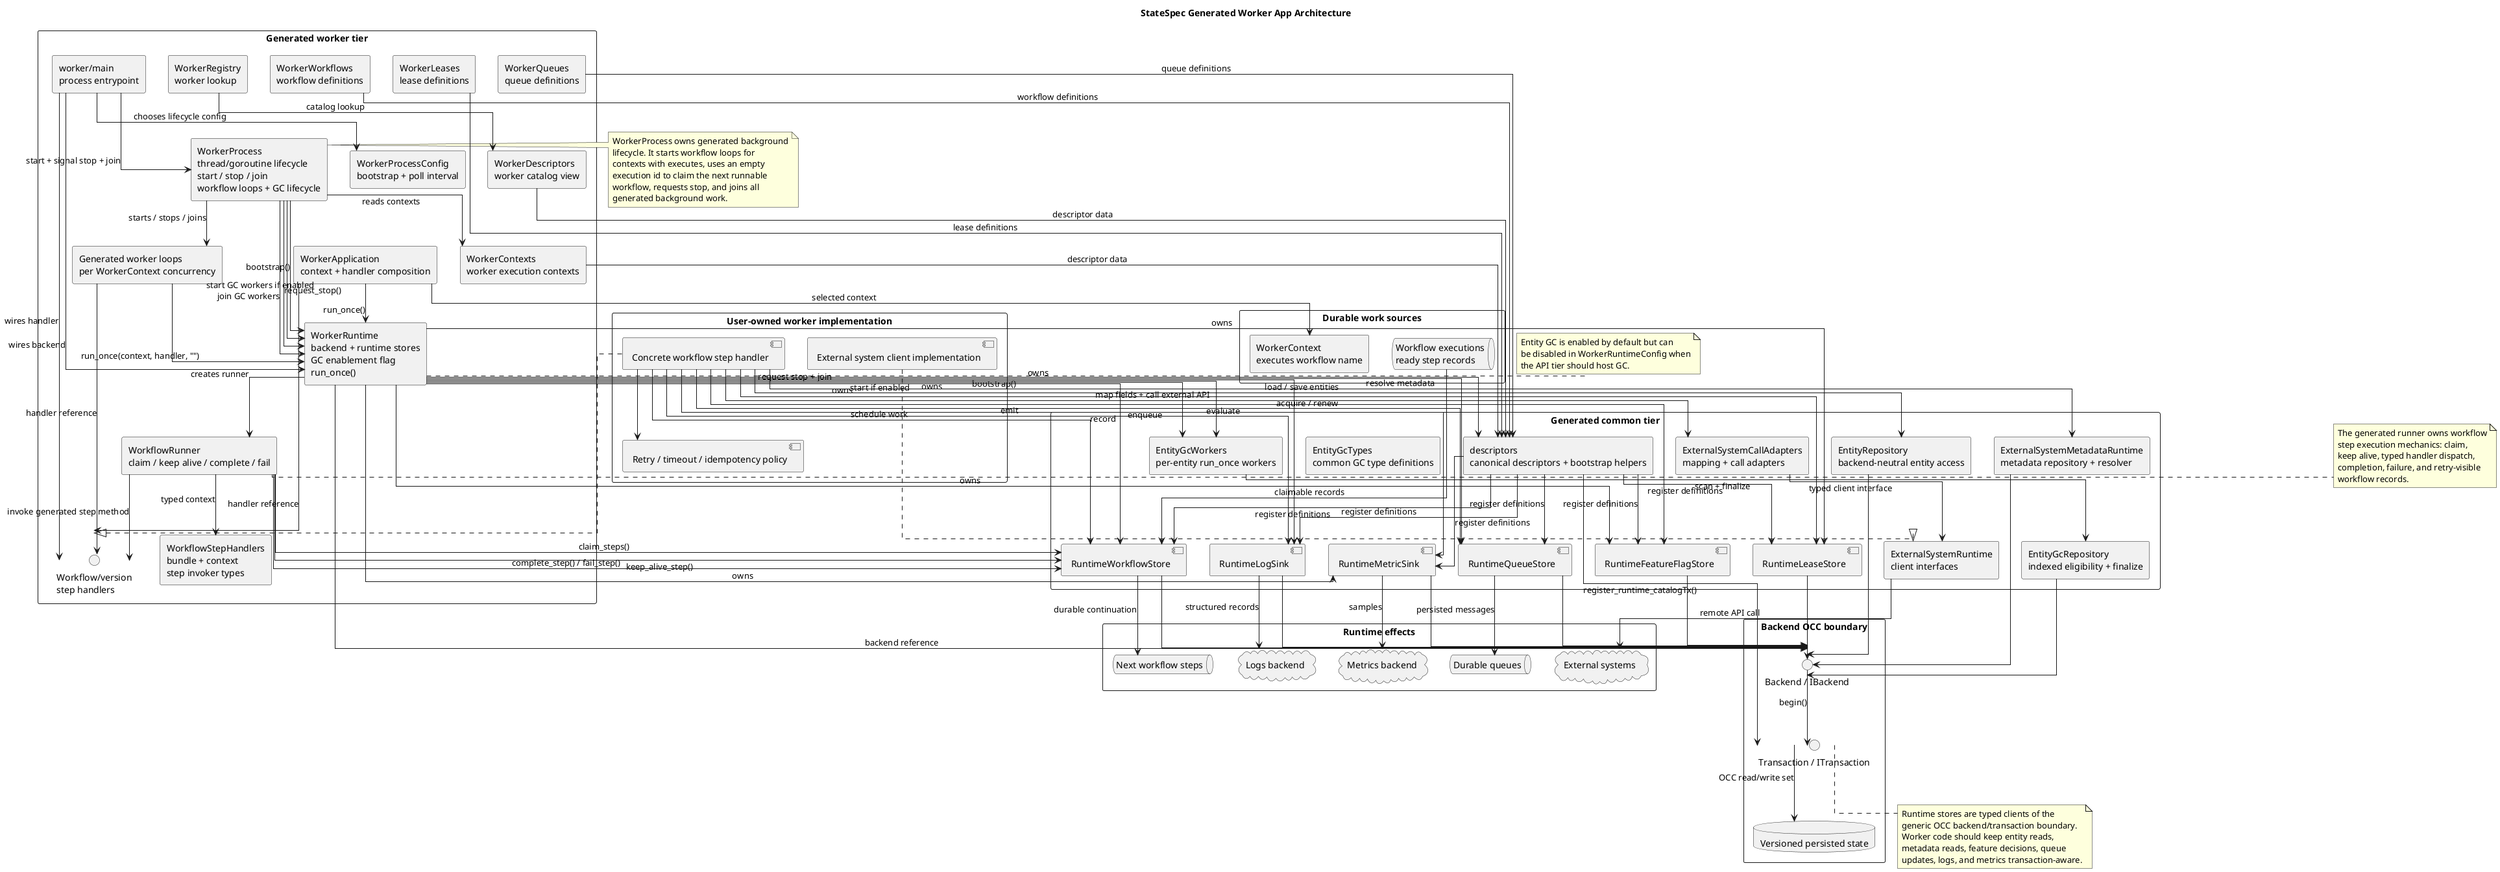
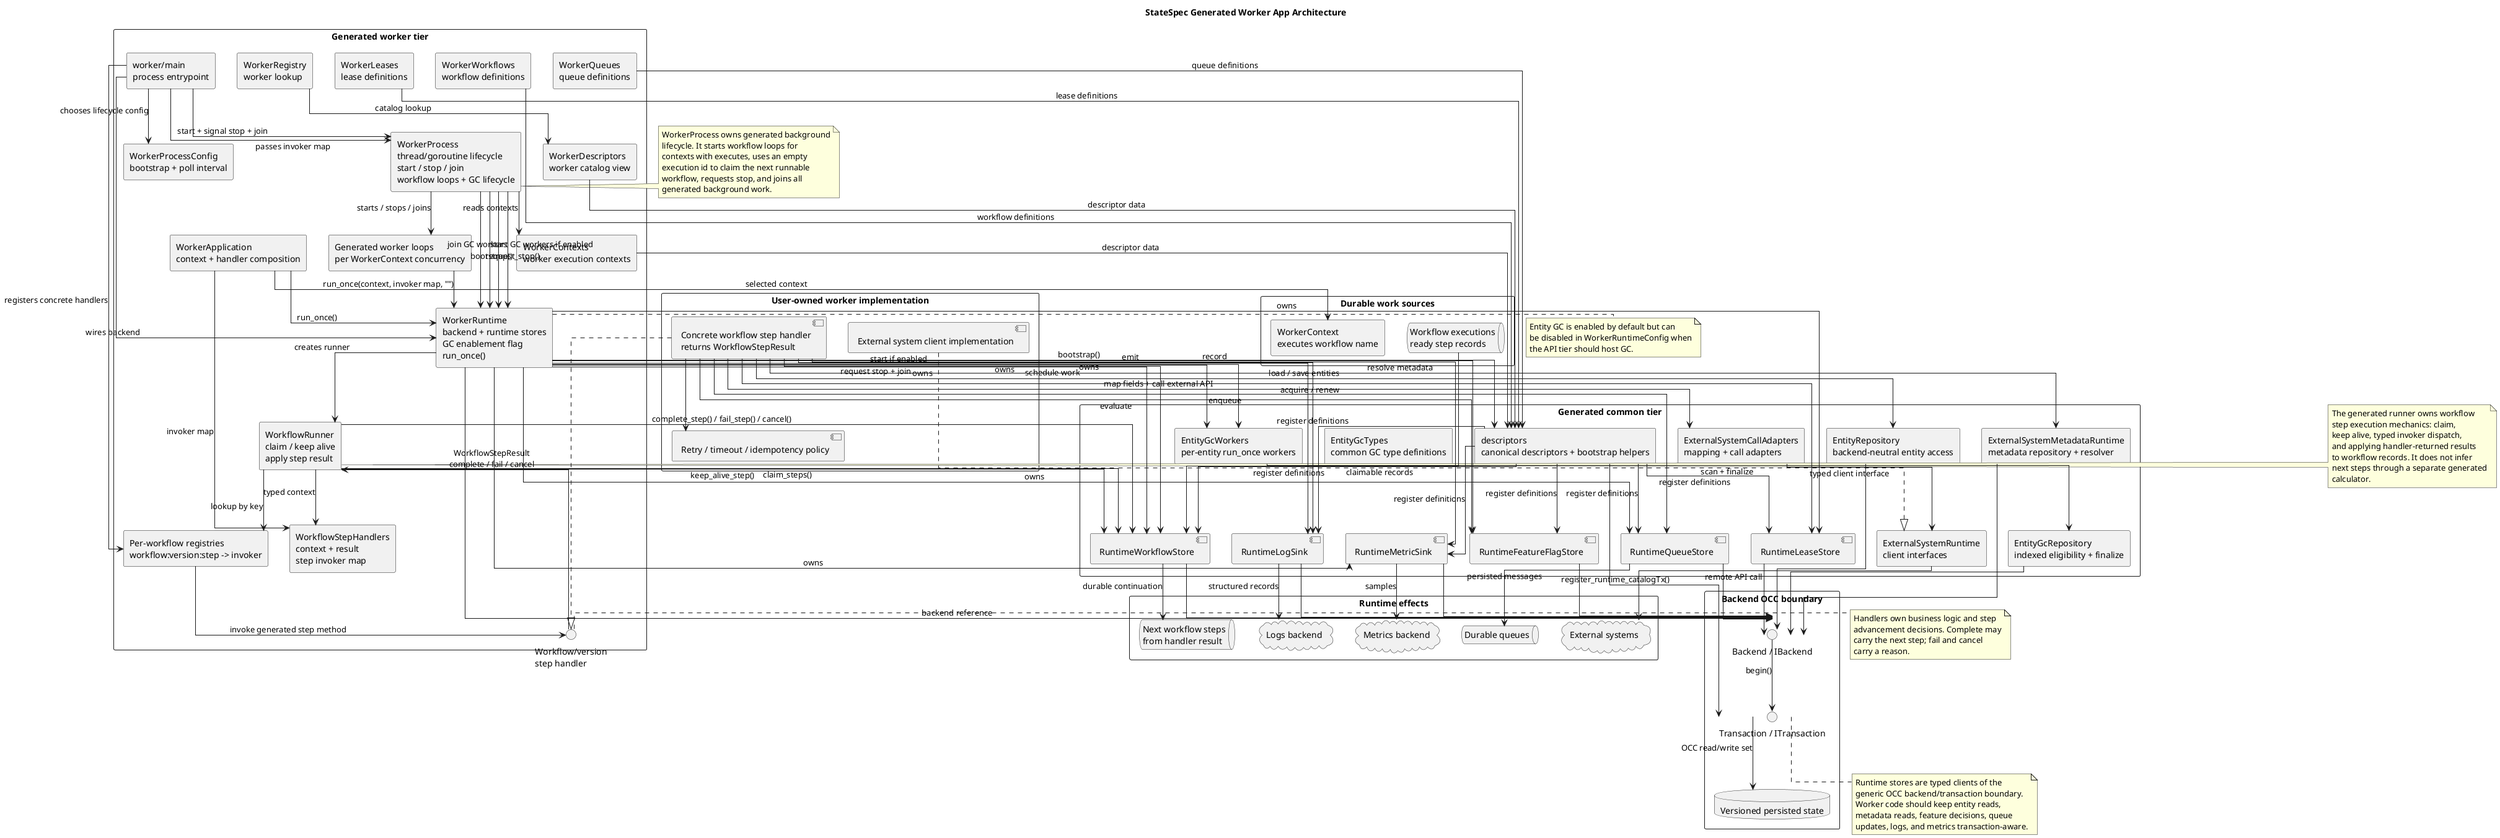
@startuml
title StateSpec Generated Worker App Architecture

skinparam shadowing false
skinparam linetype ortho
skinparam packageStyle rectangle

package "Durable work sources" {
  queue "Workflow executions\nready step records" as WorkflowExecutions
  rectangle "WorkerContext\nexecutes workflow name" as WorkerContext
}

package "Generated worker tier" {
  rectangle "worker/main\nprocess entrypoint" as WorkerMain
  rectangle "WorkerProcess\nthread/goroutine lifecycle\nstart / stop / join\nworkflow loops + GC lifecycle" as WorkerProcess
  rectangle "WorkerProcessConfig\nbootstrap + poll interval" as WorkerProcessConfig
  rectangle "WorkerRuntime\nbackend + runtime stores\nGC enablement flag\nrun_once()" as WorkerRuntime
  rectangle "Generated worker loops\nper WorkerContext concurrency" as WorkerLoops
  rectangle "WorkerApplication\ncontext + handler composition" as WorkerApplication
  rectangle "WorkerRegistry\nworker lookup" as WorkerRegistry
  rectangle "WorkerDescriptors\nworker catalog view" as WorkerDescriptors
  rectangle "WorkerContexts\nworker execution contexts" as WorkerContexts
-   rectangle "WorkflowRunner\nclaim / keep alive / complete / fail" as WorkflowRunner
-   interface "Workflow/version\nstep handlers" as StepHandler
-   rectangle "WorkflowStepHandlers\nbundle + context\nstep invoker types" as StepHandlers
+   rectangle "WorkflowRunner\nclaim / keep alive\napply step result" as WorkflowRunner
+   interface "Workflow/version\nstep handler" as StepHandler
+   rectangle "WorkflowStepHandlers\ncontext + result\nstep invoker map" as StepHandlers
+   rectangle "Per-workflow registries\nworkflow:version:step -> invoker" as WorkflowInvokerRegistry
  rectangle "WorkerQueues\nqueue definitions" as WorkerQueues
  rectangle "WorkerLeases\nlease definitions" as WorkerLeases
  rectangle "WorkerWorkflows\nworkflow definitions" as WorkerWorkflows
}

package "Generated common tier" {
  rectangle "descriptors\ncanonical descriptors + bootstrap helpers" as CommonDescriptors
  rectangle "EntityRepository\nbackend-neutral entity access" as EntityRepository
  rectangle "ExternalSystemRuntime\nclient interfaces" as ExternalSystemRuntime
  rectangle "ExternalSystemCallAdapters\nmapping + call adapters" as CallAdapters
  rectangle "ExternalSystemMetadataRuntime\nmetadata repository + resolver" as MetadataRuntime
  component "RuntimeFeatureFlagStore" as FeatureFlagStore
  component "RuntimeQueueStore" as QueueStore
  component "RuntimeLeaseStore" as LeaseStore
  component "RuntimeWorkflowStore" as WorkflowStore
  component "RuntimeLogSink" as LogSink
  component "RuntimeMetricSink" as MetricSink
  rectangle "EntityGcTypes\ncommon GC type definitions" as EntityGcDescriptors
  rectangle "EntityGcRepository\nindexed eligibility + finalize" as EntityGcRepository
  rectangle "EntityGcWorkers\nper-entity run_once workers" as EntityGcWorkers
}

package "User-owned worker implementation" {
-   component "Concrete workflow step handler" as ConcreteStepHandler
+   component "Concrete workflow step handler\nreturns WorkflowStepResult" as ConcreteStepHandler
  component "External system client implementation" as ExternalClientImpl
  component "Retry / timeout / idempotency policy" as RetryPolicy
}

package "Backend OCC boundary" {
  interface "Backend / IBackend" as Backend
  interface "Transaction / ITransaction" as Transaction
  database "Versioned persisted state" as Store
}

package "Runtime effects" {
-   queue "Next workflow steps" as NextSteps
+   queue "Next workflow steps\nfrom handler result" as NextSteps
  queue "Durable queues" as DurableQueues
  cloud "External systems" as ExternalSystems
  cloud "Logs backend" as LogsBackend
  cloud "Metrics backend" as MetricsBackend
}

WorkerMain --> WorkerRuntime : wires backend
- WorkerMain --> StepHandler : wires handler
+ WorkerMain --> WorkflowInvokerRegistry : registers concrete handlers
WorkerMain --> WorkerProcessConfig : chooses lifecycle config
WorkerMain --> WorkerProcess : start + signal stop + join
+ WorkerMain --> WorkerProcess : passes invoker map
WorkerProcess --> WorkerRuntime : bootstrap()
WorkerProcess --> WorkerRuntime : start GC workers if enabled
WorkerProcess --> WorkerLoops : starts / stops / joins
WorkerProcess --> WorkerRuntime : request_stop()
WorkerProcess --> WorkerRuntime : join GC workers
WorkerProcess --> WorkerContexts : reads contexts
- WorkerLoops --> WorkerRuntime : run_once(context, handler, "")
- WorkerLoops --> StepHandler : handler reference
+ WorkerLoops --> WorkerRuntime : run_once(context, invoker map, "")
WorkerRuntime --> CommonDescriptors : bootstrap()
WorkerRuntime --> Backend : backend reference
WorkerRuntime --> FeatureFlagStore : owns
WorkerRuntime --> QueueStore : owns
WorkerRuntime --> LeaseStore : owns
WorkerRuntime --> WorkflowStore : owns
WorkerRuntime --> LogSink : owns
WorkerRuntime --> MetricSink : owns
WorkerRuntime --> EntityGcWorkers : start if enabled
WorkerRuntime --> EntityGcWorkers : request stop + join

CommonDescriptors --> Transaction : register_runtime_catalogTx()
CommonDescriptors --> FeatureFlagStore : register definitions
CommonDescriptors --> QueueStore : register definitions
CommonDescriptors --> LeaseStore : register definitions
CommonDescriptors --> WorkflowStore : register definitions
CommonDescriptors --> LogSink : register definitions
CommonDescriptors --> MetricSink : register definitions

WorkerApplication --> WorkerContext : selected context
WorkerApplication --> WorkerRuntime : run_once()
- WorkerApplication --> StepHandler : handler reference
+ WorkerApplication --> StepHandlers : invoker map

WorkerRegistry --> WorkerDescriptors : catalog lookup
WorkerContexts --> CommonDescriptors : descriptor data
WorkerDescriptors --> CommonDescriptors : descriptor data
WorkerQueues --> CommonDescriptors : queue definitions
WorkerLeases --> CommonDescriptors : lease definitions
WorkerWorkflows --> CommonDescriptors : workflow definitions

WorkflowExecutions --> WorkflowStore : claimable records
WorkerRuntime --> WorkflowRunner : creates runner
WorkflowRunner --> WorkflowStore : claim_steps()
WorkflowRunner --> WorkflowStore : keep_alive_step()
WorkflowRunner --> StepHandlers : typed context
- WorkflowRunner --> StepHandler : invoke generated step method
- WorkflowRunner --> WorkflowStore : complete_step() / fail_step()
+ WorkflowRunner --> WorkflowInvokerRegistry : lookup by key
+ WorkflowInvokerRegistry --> StepHandler : invoke generated step method
+ StepHandler --> WorkflowRunner : WorkflowStepResult\ncomplete / fail / cancel
+ WorkflowRunner --> WorkflowStore : complete_step() / fail_step() / cancel()

ConcreteStepHandler ..|> StepHandler
ConcreteStepHandler --> RetryPolicy
ConcreteStepHandler --> EntityRepository : load / save entities
ConcreteStepHandler --> MetadataRuntime : resolve metadata
ConcreteStepHandler --> CallAdapters : map fields + call external API
ConcreteStepHandler --> FeatureFlagStore : evaluate
ConcreteStepHandler --> QueueStore : enqueue
ConcreteStepHandler --> LeaseStore : acquire / renew
ConcreteStepHandler --> WorkflowStore : schedule work
ConcreteStepHandler --> LogSink : emit
ConcreteStepHandler --> MetricSink : record

ExternalClientImpl ..|> ExternalSystemRuntime
CallAdapters --> ExternalSystemRuntime : typed client interface
ExternalSystemRuntime --> ExternalSystems : remote API call

EntityRepository --> Backend
MetadataRuntime --> Backend
FeatureFlagStore --> Backend
QueueStore --> Backend
LeaseStore --> Backend
WorkflowStore --> Backend
LogSink --> Backend
MetricSink --> Backend
EntityGcWorkers --> EntityGcRepository : scan + finalize
EntityGcRepository --> Backend

Backend --> Transaction : begin()
Transaction --> Store : OCC read/write set
WorkflowStore --> NextSteps : durable continuation
QueueStore --> DurableQueues : persisted messages
LogSink --> LogsBackend : structured records
MetricSink --> MetricsBackend : samples

note right of WorkflowRunner
The generated runner owns workflow
step execution mechanics: claim,
- keep alive, typed handler dispatch,
- completion, failure, and retry-visible
- workflow records.
+ keep alive, typed invoker dispatch,
+ and applying handler-returned results
+ to workflow records. It does not infer
+ next steps through a separate generated
+ calculator.
+ end note
+ 
+ note right of StepHandler
+ Handlers own business logic and step
+ advancement decisions. Complete may
+ carry the next step; fail and cancel
+ carry a reason.
end note

note right of WorkerProcess
WorkerProcess owns generated background
lifecycle. It starts workflow loops for
contexts with executes, uses an empty
execution id to claim the next runnable
workflow, requests stop, and joins all
generated background work.
end note

note right of WorkerRuntime
Entity GC is enabled by default but can
be disabled in WorkerRuntimeConfig when
the API tier should host GC.
end note

note bottom of Transaction
Runtime stores are typed clients of the
generic OCC backend/transaction boundary.
Worker code should keep entity reads,
metadata reads, feature decisions, queue
updates, logs, and metrics transaction-aware.
end note

@enduml
